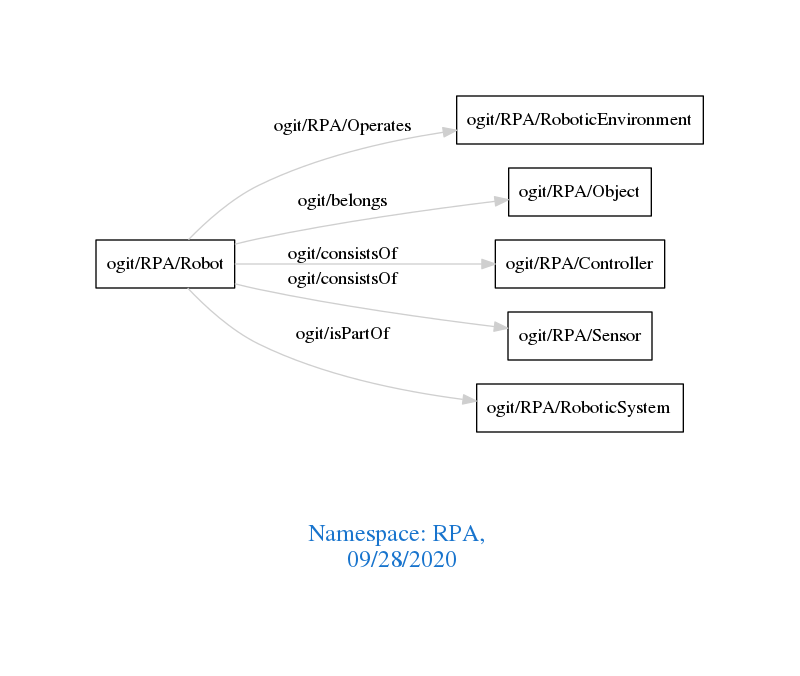
Above: downloads/RPA.png in arago/OGIT (Graphviz), before the change. Its source is kept beside it as downloads/RPA.dot.
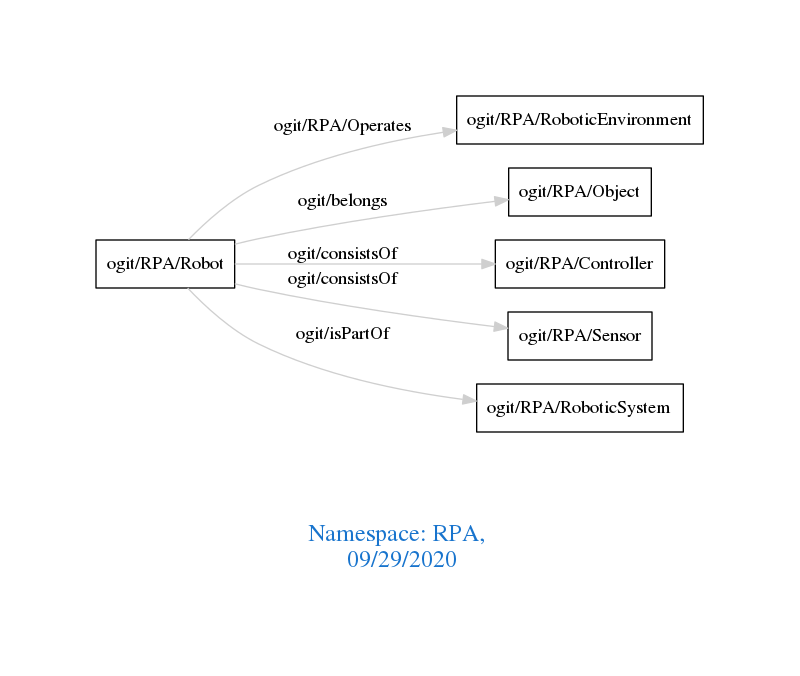
After the change.

Change to the diagram source:
```diff
@@ -1,7 +1,7 @@
 digraph OGIT_ontology {
  graph [ rankdir= LR,pad=1
 fontsize = 18,
-fontcolor= dodgerblue3,label = "\n\n\nNamespace: RPA, \n 09/28/2020"];
+fontcolor= dodgerblue3,label = "\n\n\nNamespace: RPA, \n 09/29/2020"];
 node[shape=polygon];
 edge [  color="gray81"];
 
```
